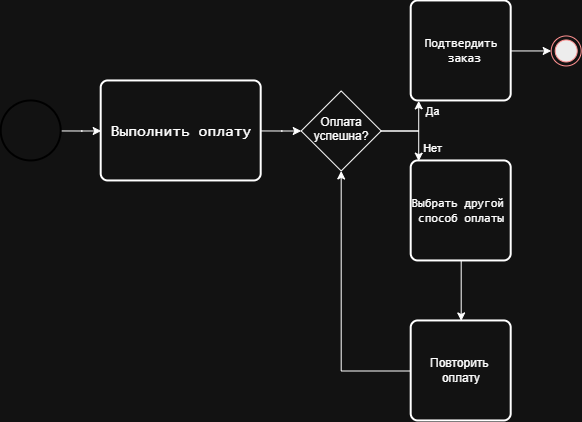
Above: lab1/diagrams/activity-uml.png in sandrakula/visual-programming-labs-Sandrakula (draw.io), before the change. Source tidied: cells renumbered, new cells last; positions are measured from the earlier drawing's top-left corner, leaving out a move shared by most shapes.
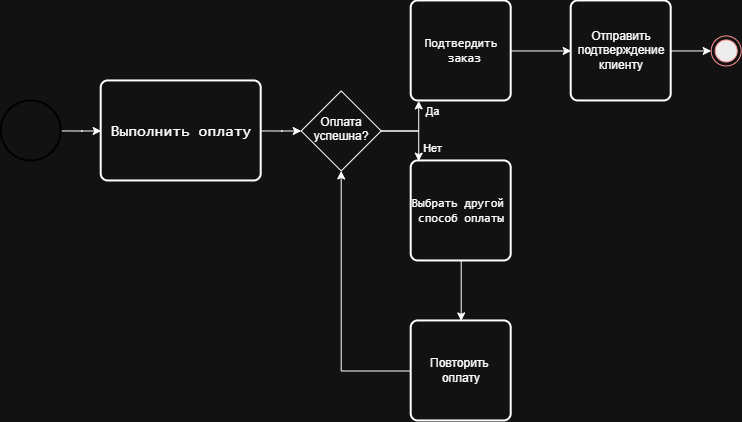
Later version of the same file.

Commit message:
Update UML Activity and Mermaid diagrams

The edit, as a diff of the source:
```diff
@@ -22,7 +22,7 @@
     <mxCell id="6" style="strokeWidth=2;html=1;shape=mxgraph.flowchart.start_2;whiteSpace=wrap;strokeColor=light-dark(#FFFFFF,#000000);" parent="1" vertex="1">
       <mxGeometry y="100" width="60" height="60" as="geometry" />
     </mxCell>
-    <mxCell id="7" style="edgeStyle=orthogonalEdgeStyle;rounded=0;jettySize=auto;html=1;" parent="1" edge="1" source="8" target="17">
+    <mxCell id="7" style="edgeStyle=orthogonalEdgeStyle;rounded=0;jettySize=auto;html=1;" parent="1" edge="1" source="19" target="17">
       <mxGeometry relative="1" as="geometry" />
     </mxCell>
     <mxCell id="8" value="&lt;br&gt;&lt;pre dir=&quot;ltr&quot;&gt;&lt;code&gt;Подтвердить&lt;br&gt; заказ&lt;/code&gt;&lt;/pre&gt;&lt;div&gt;&lt;br/&gt;&lt;/div&gt;" style="rounded=1;whiteSpace=wrap;html=1;absoluteArcSize=1;arcSize=14;strokeWidth=2;" parent="1" vertex="1">
@@ -57,7 +57,13 @@
       <mxGeometry x="410" y="320" width="100" height="100" as="geometry" />
     </mxCell>
     <mxCell id="17" style="ellipse;html=1;shape=endState;fillColor=#000000;strokeColor=#ff0000;" parent="1" vertex="1">
-      <mxGeometry x="550" y="35" width="30" height="30" as="geometry" />
+      <mxGeometry x="710" y="35" width="30" height="30" as="geometry" />
     </mxCell>
+    <mxCell id="18" style="edgeStyle=orthogonalEdgeStyle;rounded=0;jettySize=auto;html=1;" parent="1" edge="1" source="8" target="19">
+      <mxGeometry relative="1" as="geometry" />
+    </mxCell>
+    <mxCell id="19" value="Отправить подтверждение клиенту" style="rounded=1;whiteSpace=wrap;html=1;absoluteArcSize=1;arcSize=14;strokeWidth=2;" parent="1" vertex="1">
+      <mxGeometry x="570" width="100" height="100" as="geometry" />
+    </mxCell>
   </root>
 </mxGraphModel>
```
